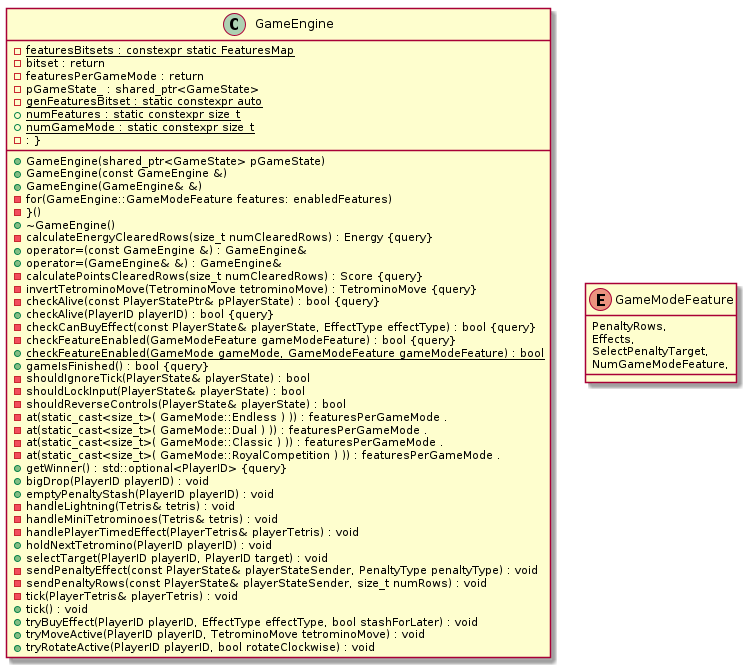
Above: res/uml/class/GameEngineClass.png in ulb-info2-group5/Royal-Blocks (PlantUML), before the change. Its source is kept beside it as doc/uml/class/game/tetris_royal_lib/GameEngineClass.plantuml.
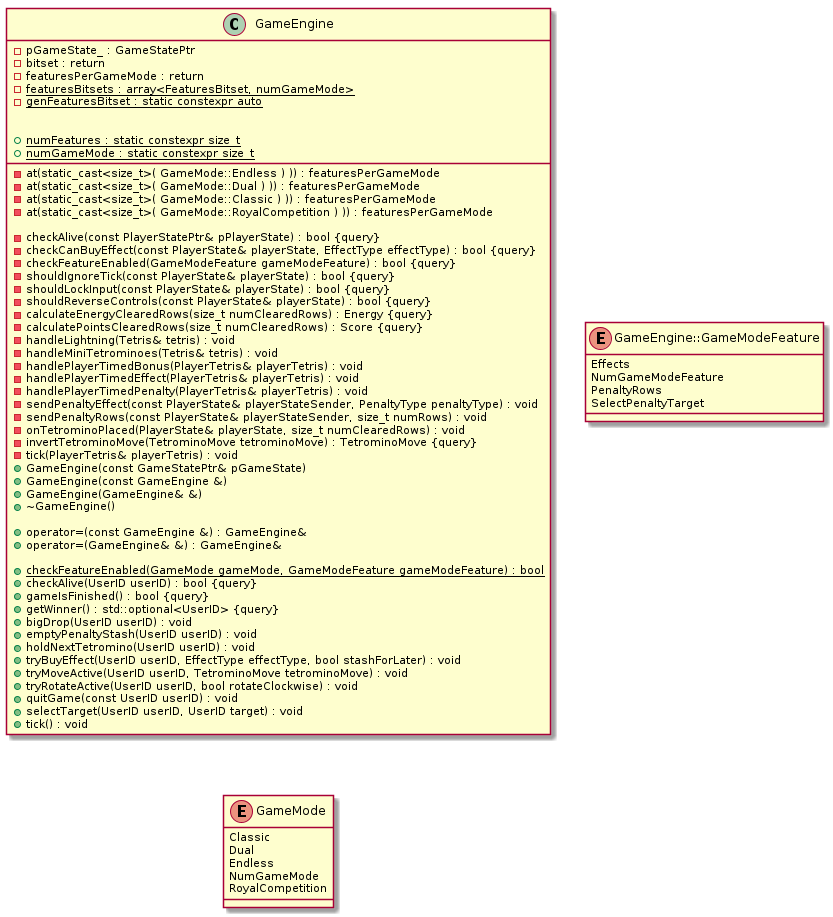
The same file after the commit.

Change to the diagram source:
```diff
@@ -3,61 +3,76 @@
 skinparam linetype ortho
 
 class GameEngine {
-	+GameEngine(shared_ptr<GameState> pGameState)
+	-pGameState_ : GameStatePtr
+	-bitset : return
+	-featuresPerGameMode : return
+	-{static} featuresBitsets : array<FeaturesBitset, numGameMode>
+	-{static} genFeaturesBitset : static constexpr auto
+	-at(static_cast<size_t>( GameMode::Endless ) )) : featuresPerGameMode
+	-at(static_cast<size_t>( GameMode::Dual ) )) : featuresPerGameMode
+	-at(static_cast<size_t>( GameMode::Classic ) )) : featuresPerGameMode
+	-at(static_cast<size_t>( GameMode::RoyalCompetition ) )) : featuresPerGameMode
+
+	-checkAlive(const PlayerStatePtr& pPlayerState) : bool {query}
+	-checkCanBuyEffect(const PlayerState& playerState, EffectType effectType) : bool {query}
+	-checkFeatureEnabled(GameModeFeature gameModeFeature) : bool {query}
+	-shouldIgnoreTick(const PlayerState& playerState) : bool {query}
+	-shouldLockInput(const PlayerState& playerState) : bool {query}
+	-shouldReverseControls(const PlayerState& playerState) : bool {query}
+	-calculateEnergyClearedRows(size_t numClearedRows) : Energy {query}
+	-calculatePointsClearedRows(size_t numClearedRows) : Score {query}
+	-handleLightning(Tetris& tetris) : void
+	-handleMiniTetrominoes(Tetris& tetris) : void
+	-handlePlayerTimedBonus(PlayerTetris& playerTetris) : void
+	-handlePlayerTimedEffect(PlayerTetris& playerTetris) : void
+	-handlePlayerTimedPenalty(PlayerTetris& playerTetris) : void
+	-sendPenaltyEffect(const PlayerState& playerStateSender, PenaltyType penaltyType) : void
+	-sendPenaltyRows(const PlayerState& playerStateSender, size_t numRows) : void
+	-onTetrominoPlaced(PlayerState& playerState, size_t numClearedRows) : void
+	-invertTetrominoMove(TetrominoMove tetrominoMove) : TetrominoMove {query}
+	-tick(PlayerTetris& playerTetris) : void
+
+	+{static} numFeatures : static constexpr size_t
+	+{static} numGameMode : static constexpr size_t
+
+	+GameEngine(const GameStatePtr& pGameState)
 	+GameEngine(const GameEngine &)
 	+GameEngine(GameEngine& &)
-	-for(GameEngine::GameModeFeature features: enabledFeatures)
-	-}()
 	+~GameEngine()
-	-calculateEnergyClearedRows(size_t numClearedRows) : Energy {query}
+
 	+operator=(const GameEngine &) : GameEngine&
 	+operator=(GameEngine& &) : GameEngine&
-	-calculatePointsClearedRows(size_t numClearedRows) : Score {query}
-	-invertTetrominoMove(TetrominoMove tetrominoMove) : TetrominoMove {query}
-	-checkAlive(const PlayerStatePtr& pPlayerState) : bool {query}
-	+checkAlive(PlayerID playerID) : bool {query}
-	-checkCanBuyEffect(const PlayerState& playerState, EffectType effectType) : bool {query}
-	-checkFeatureEnabled(GameModeFeature gameModeFeature) : bool {query}
+
 	+{static} checkFeatureEnabled(GameMode gameMode, GameModeFeature gameModeFeature) : bool
+	+checkAlive(UserID userID) : bool {query}
 	+gameIsFinished() : bool {query}
-	-shouldIgnoreTick(PlayerState& playerState) : bool
-	-shouldLockInput(PlayerState& playerState) : bool
-	-shouldReverseControls(PlayerState& playerState) : bool
-	-{static} featuresBitsets : constexpr static FeaturesMap
-	-at(static_cast<size_t>( GameMode::Endless ) )) : featuresPerGameMode .
-	-at(static_cast<size_t>( GameMode::Dual ) )) : featuresPerGameMode .
-	-at(static_cast<size_t>( GameMode::Classic ) )) : featuresPerGameMode .
-	-at(static_cast<size_t>( GameMode::RoyalCompetition ) )) : featuresPerGameMode .
-	-bitset : return
-	-featuresPerGameMode : return
-	-pGameState_ : shared_ptr<GameState>
-	-{static} genFeaturesBitset : static constexpr auto
-	+{static} numFeatures : static constexpr size_t
-	+{static} numGameMode : static constexpr size_t
-	+getWinner() : std::optional<PlayerID> {query}
-	+bigDrop(PlayerID playerID) : void
-	+emptyPenaltyStash(PlayerID playerID) : void
-	-handleLightning(Tetris& tetris) : void
-	-handleMiniTetrominoes(Tetris& tetris) : void
-	-handlePlayerTimedEffect(PlayerTetris& playerTetris) : void
-	+holdNextTetromino(PlayerID playerID) : void
-	+selectTarget(PlayerID playerID, PlayerID target) : void
-	-sendPenaltyEffect(const PlayerState& playerStateSender, PenaltyType penaltyType) : void
-	-sendPenaltyRows(const PlayerState& playerStateSender, size_t numRows) : void
-	-tick(PlayerTetris& playerTetris) : void
+	+getWinner() : std::optional<UserID> {query}
+	+bigDrop(UserID userID) : void
+	+emptyPenaltyStash(UserID userID) : void
+	+holdNextTetromino(UserID userID) : void
+	+tryBuyEffect(UserID userID, EffectType effectType, bool stashForLater) : void
+	+tryMoveActive(UserID userID, TetrominoMove tetrominoMove) : void
+	+tryRotateActive(UserID userID, bool rotateClockwise) : void
+	+quitGame(const UserID userID) : void
+	+selectTarget(UserID userID, UserID target) : void
 	+tick() : void
-	+tryBuyEffect(PlayerID playerID, EffectType effectType, bool stashForLater) : void
-	+tryMoveActive(PlayerID playerID, TetrominoMove tetrominoMove) : void
-	+tryRotateActive(PlayerID playerID, bool rotateClockwise) : void
-	- : }
-}
-
-enum GameModeFeature{
-	PenaltyRows,
-    Effects,
-    SelectPenaltyTarget,
-    NumGameModeFeature,
 }
 
 
+enum GameEngine::GameModeFeature {
+	Effects
+	NumGameModeFeature
+	PenaltyRows
+	SelectPenaltyTarget
+}
+
+
+enum GameMode {
+	Classic
+	Dual
+	Endless
+	NumGameMode
+	RoyalCompetition
+}
+
 @enduml
```
